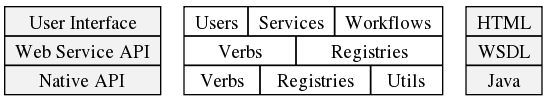
Above: IF/common/doc/api-overview/figures/IfOverview.png in opf-labs/planets-suite (Graphviz), before the change. Its source is kept beside it as IF/common/doc/api-overview/figures/IfOverview.dot. Its diagram source:
```dot
digraph if {

    node[shape=record]
    layer[label="{User Interface|Web Service API|Native API}" style=filled fillcolor=gray95]
    content[label="{{Users|Services|Workflows}|{Verbs|Registries}|{Verbs|Registries|Utils}}"]
    tech[label="{HTML|WSDL|Java}" style=filled fillcolor=gray95]
}
```
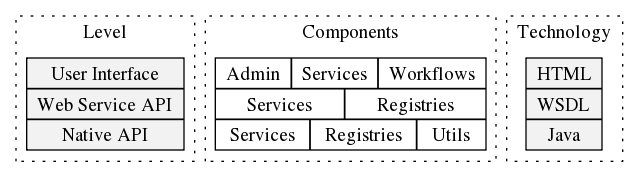
The same file after the commit.

Commit message:
Updated API overview documentation in IF/common

The edit, as a diff of the source:
```diff
@@ -1,7 +1,7 @@
 digraph if {
 
     node[shape=record]
-    layer[label="{User Interface|Web Service API|Native API}" style=filled fillcolor=gray95]
-    content[label="{{Users|Services|Workflows}|{Verbs|Registries}|{Verbs|Registries|Utils}}"]
-    tech[label="{HTML|WSDL|Java}" style=filled fillcolor=gray95]
+    subgraph cluster_0 {style=dotted label = "Level" layer[label="{User Interface|Web Service API|Native API}" style=filled fillcolor=gray95]}
+    subgraph cluster_1 {style=dotted label = "Components" content[label="{{Admin|Services|Workflows}|{Services|Registries}|{Services|Registries|Utils}}"]}
+    subgraph cluster_2 {style=dotted label = "Technology" tech[label="{HTML|WSDL|Java}" style=filled fillcolor=gray95]}
 }
```
